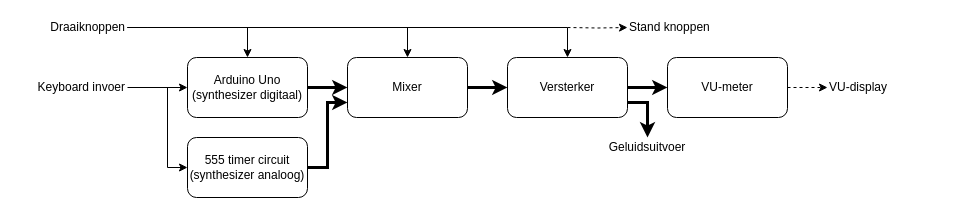
Before: page "level 2" (2 of 2) of docs/stylofoon blokschema.drawio in lonkaars/avans-stylophone, a draw.io diagram. Source tidied: cells renumbered, new cells numbered last; positions are measured from the earlier drawing's top-left corner, leaving out a move shared by most shapes. Both pictures are drawn from the tidied source at 100%, with x=0, y=0 at pixel (17, 17).
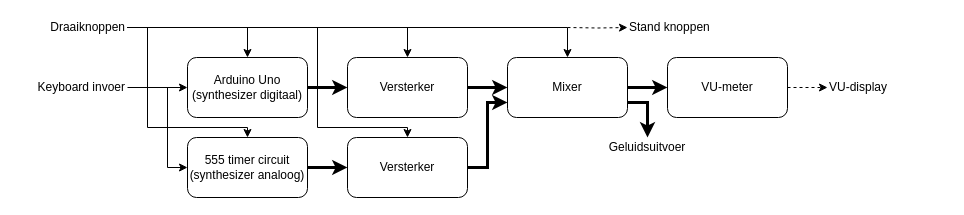
The same page after the edit.

Unchanged cells that the change refers to:
```xml
<mxCell id="7" value="555 timer circuit&lt;br&gt;(synthesizer analoog)" style="rounded=1;whiteSpace=wrap;html=1;" parent="1" vertex="1">
  <mxGeometry x="170" y="120" width="120" height="60" as="geometry" />
</mxCell>
<mxCell id="18" value="Draaiknoppen" style="text;html=1;strokeColor=none;fillColor=none;align=right;verticalAlign=middle;whiteSpace=wrap;rounded=0;" parent="1" vertex="1">
  <mxGeometry width="110" height="20" as="geometry" />
</mxCell>
```

The edit, as a diff of the source:
```diff
@@
-    <mxCell id="3" value="Versterker" style="rounded=1;whiteSpace=wrap;html=1;" parent="1" vertex="1">
+    <mxCell id="3" value="Mixer" style="rounded=1;whiteSpace=wrap;html=1;" parent="1" vertex="1">
       <mxGeometry x="490" y="40" width="120" height="60" as="geometry" />
     </mxCell>
@@
-    <mxCell id="6" style="edgeStyle=orthogonalEdgeStyle;rounded=0;jettySize=auto;html=1;exitX=1;exitY=0.5;exitDx=0;exitDy=0;entryX=0;entryY=0.75;entryDx=0;entryDy=0;strokeWidth=3;" parent="1" edge="1" source="7" target="15">
+    <mxCell id="6" style="edgeStyle=orthogonalEdgeStyle;rounded=0;jettySize=auto;html=1;exitX=1;exitY=0.5;exitDx=0;exitDy=0;entryX=0;entryY=0.5;entryDx=0;entryDy=0;strokeWidth=3;" parent="1" edge="1" source="7" target="28">
       <mxGeometry relative="1" as="geometry" />
     </mxCell>
@@
-    <mxCell id="13" style="edgeStyle=orthogonalEdgeStyle;rounded=0;jettySize=auto;html=1;entryX=0.5;entryY=0;entryDx=0;entryDy=0;" parent="1" edge="1" target="3">
-      <mxGeometry relative="1" as="geometry">
-        <mxPoint x="110" y="10" as="sourcePoint" />
-        <Array as="points">
-          <mxPoint x="130" y="10" />
-          <mxPoint x="550" y="10" />
-        </Array>
-      </mxGeometry>
-    </mxCell>
@@
-    <mxCell id="15" value="Mixer" style="rounded=1;whiteSpace=wrap;html=1;" parent="1" vertex="1">
+    <mxCell id="15" value="Versterker" style="rounded=1;whiteSpace=wrap;html=1;" parent="1" vertex="1">
       <mxGeometry x="330" y="40" width="120" height="60" as="geometry" />
     </mxCell>
@@
+    <mxCell id="24" style="edgeStyle=orthogonalEdgeStyle;rounded=0;jettySize=auto;html=1;exitX=1;exitY=0.5;exitDx=0;exitDy=0;entryX=0.5;entryY=0;entryDx=0;entryDy=0;strokeWidth=1;" parent="1" edge="1" source="18" target="7">
+      <mxGeometry relative="1" as="geometry">
+        <Array as="points">
+          <mxPoint x="130" y="10" />
+          <mxPoint x="130" y="110" />
+          <mxPoint x="230" y="110" />
+        </Array>
+      </mxGeometry>
+    </mxCell>
+    <mxCell id="25" style="edgeStyle=orthogonalEdgeStyle;rounded=0;jettySize=auto;html=1;exitX=1;exitY=0.5;exitDx=0;exitDy=0;entryX=0.5;entryY=0;entryDx=0;entryDy=0;strokeWidth=1;" parent="1" edge="1" source="18" target="3">
+      <mxGeometry relative="1" as="geometry" />
+    </mxCell>
+    <mxCell id="26" style="edgeStyle=orthogonalEdgeStyle;rounded=0;jettySize=auto;html=1;exitX=1;exitY=0.5;exitDx=0;exitDy=0;entryX=0.5;entryY=0;entryDx=0;entryDy=0;strokeWidth=1;" parent="1" edge="1" source="18" target="28">
+      <mxGeometry relative="1" as="geometry">
+        <Array as="points">
+          <mxPoint x="300" y="10" />
+          <mxPoint x="300" y="110" />
+          <mxPoint x="390" y="110" />
+        </Array>
+      </mxGeometry>
+    </mxCell>
@@
+    <mxCell id="27" style="edgeStyle=orthogonalEdgeStyle;rounded=0;jettySize=auto;html=1;exitX=1;exitY=0.5;exitDx=0;exitDy=0;entryX=0;entryY=0.75;entryDx=0;entryDy=0;strokeWidth=3;" parent="1" edge="1" source="28" target="3">
+      <mxGeometry relative="1" as="geometry" />
+    </mxCell>
+    <mxCell id="28" value="Versterker" style="rounded=1;whiteSpace=wrap;html=1;" parent="1" vertex="1">
+      <mxGeometry x="330" y="120" width="120" height="60" as="geometry" />
+    </mxCell>
```
